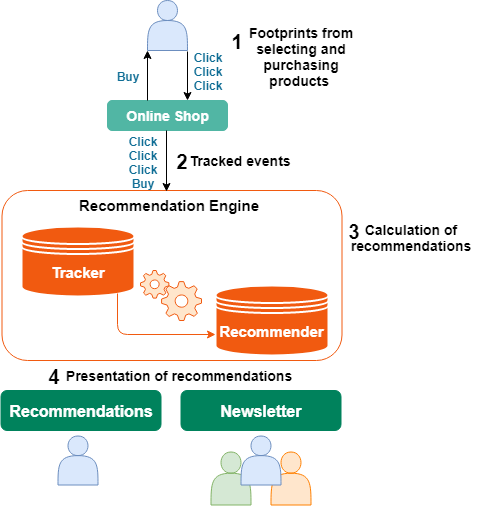
Before: docs/personalization/img/recommendation_overview.png, a diagram exported from draw.io (ezsystems/ezpersonalization-documentation). Source tidied: cells renumbered, new cells last; positions are measured from the earlier drawing's top-left corner, leaving out a move shared by most shapes.
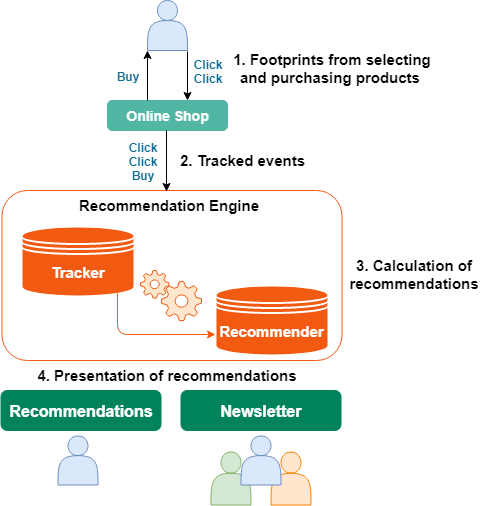
The same diagram one commit later.

Commit message:
corrections after review

The edit, as a diff of the source:
```diff
@@ -20,8 +20,8 @@
     <mxCell id="7" style="endArrow=classic;html=1;fontColor=#000000;entryX=0.667;entryY=0;entryDx=0;entryDy=0;entryPerimeter=0;exitX=0.002;exitY=0.014;exitDx=0;exitDy=0;exitPerimeter=0;" parent="1" edge="1" source="22" target="5">
       <mxGeometry relative="1" as="geometry" />
     </mxCell>
-    <mxCell id="8" value="&lt;span&gt;&lt;b&gt;&lt;font style=&quot;font-size: 14px&quot;&gt;Footprints from selecting and purchasing products&amp;nbsp;&lt;/font&gt;&lt;/b&gt;&lt;/span&gt;" style="text;html=1;strokeColor=none;fillColor=none;align=center;verticalAlign=middle;whiteSpace=wrap;rounded=0;fontColor=#000000;" parent="1" vertex="1">
-      <mxGeometry x="242" y="15" width="116" height="85" as="geometry" />
+    <mxCell id="8" value="&lt;span style=&quot;font-size: 15px;&quot;&gt;&lt;b style=&quot;font-size: 15px;&quot;&gt;&lt;font style=&quot;font-size: 15px;&quot;&gt;1. Footprints from selecting and purchasing products&amp;nbsp;&lt;/font&gt;&lt;/b&gt;&lt;/span&gt;" style="text;html=1;strokeColor=none;fillColor=none;align=center;verticalAlign=middle;whiteSpace=wrap;rounded=0;fontColor=#000000;fontSize=15;" parent="1" vertex="1">
+      <mxGeometry x="226" y="40" width="210" height="55" as="geometry" />
     </mxCell>
     <mxCell id="9" value="&lt;span&gt;&lt;b&gt;&lt;font style=&quot;font-size: 15px&quot;&gt;Recommendation Engine&amp;nbsp;&lt;/font&gt;&lt;/b&gt;&lt;/span&gt;" style="text;html=1;strokeColor=none;fillColor=none;align=center;verticalAlign=middle;whiteSpace=wrap;rounded=0;fontColor=#000000;rotation=0;" parent="1" vertex="1">
       <mxGeometry x="68.5" y="190" width="202" height="30" as="geometry" />
@@ -41,21 +41,9 @@
     <mxCell id="14" style="shape=actor;whiteSpace=wrap;html=1;fillColor=#dae8fc;strokeColor=#6c8ebf;" parent="1" vertex="1">
       <mxGeometry x="56.5" y="435.5" width="40" height="49" as="geometry" />
     </mxCell>
-    <mxCell id="15" value="1" style="text;html=1;strokeColor=none;fillColor=none;align=center;verticalAlign=middle;whiteSpace=wrap;rounded=0;fontSize=20;fontColor=#000000;fontStyle=1;" parent="1" vertex="1">
-      <mxGeometry x="226" y="30" width="18" height="20" as="geometry" />
-    </mxCell>
-    <mxCell id="16" value="3" style="text;html=1;strokeColor=none;fillColor=none;align=center;verticalAlign=middle;whiteSpace=wrap;rounded=0;fontSize=20;fontColor=#000000;fontStyle=1;" parent="1" vertex="1">
-      <mxGeometry x="342.5" y="217.5" width="20" height="25" as="geometry" />
-    </mxCell>
-    <mxCell id="17" value="4" style="text;html=1;strokeColor=none;fillColor=none;align=center;verticalAlign=middle;whiteSpace=wrap;rounded=0;fontSize=20;fontColor=#000000;fontStyle=1;" parent="1" vertex="1">
-      <mxGeometry x="40" y="360" width="25" height="30" as="geometry" />
-    </mxCell>
     <mxCell id="18" value="&lt;font color=&quot;#ffffff&quot; size=&quot;1&quot;&gt;&lt;b style=&quot;font-size: 15px&quot;&gt;Recommender&lt;/b&gt;&lt;/font&gt;" style="shape=datastore;whiteSpace=wrap;html=1;fillColor=#f15a10;strokeColor=#FFFFFF;strokeWidth=2;" parent="1" vertex="1">
       <mxGeometry x="214" y="285" width="113" height="70" as="geometry" />
     </mxCell>
-    <mxCell id="19" value="2" style="text;html=1;strokeColor=none;fillColor=none;align=center;verticalAlign=middle;whiteSpace=wrap;rounded=0;fontSize=20;fontColor=#000000;fontStyle=1;" parent="1" vertex="1">
-      <mxGeometry x="170.5" y="150" width="20" height="20" as="geometry" />
-    </mxCell>
     <mxCell id="20" style="endArrow=classic;html=1;fontSize=15;fontColor=#000000;entryX=0.985;entryY=1.009;entryDx=0;entryDy=0;entryPerimeter=0;" parent="1" edge="1" target="23">
       <mxGeometry relative="1" as="geometry">
         <mxPoint x="165" y="130" as="sourcePoint" />
@@ -64,23 +52,23 @@
     <mxCell id="21" value="&lt;b style=&quot;font-size: 12px;&quot;&gt;Buy&lt;/b&gt;" style="text;html=1;strokeColor=none;fillColor=none;align=center;verticalAlign=middle;whiteSpace=wrap;rounded=0;fontSize=12;fontColor=#0F6D95;" parent="1" vertex="1">
       <mxGeometry x="106" y="60" width="40" height="30" as="geometry" />
     </mxCell>
-    <mxCell id="22" value="Click&lt;br style=&quot;font-size: 12px;&quot;&gt;Click&lt;br style=&quot;font-size: 12px;&quot;&gt;Click&lt;br style=&quot;font-size: 12px;&quot;&gt;" style="text;html=1;strokeColor=none;fillColor=none;align=center;verticalAlign=middle;whiteSpace=wrap;rounded=0;fontSize=12;fontColor=#0F6D95;fontStyle=1;" parent="1" vertex="1">
+    <mxCell id="22" value="Click&lt;br style=&quot;font-size: 12px&quot;&gt;Click&lt;br style=&quot;font-size: 12px&quot;&gt;" style="text;html=1;strokeColor=none;fillColor=none;align=center;verticalAlign=middle;whiteSpace=wrap;rounded=0;fontSize=12;fontColor=#0F6D95;fontStyle=1;" parent="1" vertex="1">
       <mxGeometry x="186" y="50" width="40" height="40" as="geometry" />
     </mxCell>
-    <mxCell id="23" value="&lt;b style=&quot;font-size: 12px;&quot;&gt;Click&lt;br style=&quot;font-size: 12px;&quot;&gt;Click&lt;br style=&quot;font-size: 12px;&quot;&gt;Click&lt;br style=&quot;font-size: 12px;&quot;&gt;Buy&lt;/b&gt;&lt;br style=&quot;font-size: 12px;&quot;&gt;" style="text;html=1;strokeColor=none;fillColor=none;align=center;verticalAlign=middle;whiteSpace=wrap;rounded=0;fontSize=12;fontColor=#0F6D95;" parent="1" vertex="1">
+    <mxCell id="23" value="&lt;b style=&quot;font-size: 12px&quot;&gt;Click&lt;br style=&quot;font-size: 12px&quot;&gt;Click&lt;br style=&quot;font-size: 12px&quot;&gt;Buy&lt;/b&gt;&lt;br style=&quot;font-size: 12px&quot;&gt;" style="text;html=1;strokeColor=none;fillColor=none;align=center;verticalAlign=middle;whiteSpace=wrap;rounded=0;fontSize=12;fontColor=#0F6D95;" parent="1" vertex="1">
       <mxGeometry x="116" y="130" width="50" height="60" as="geometry" />
     </mxCell>
-    <mxCell id="24" value="&lt;span&gt;Tracked events&lt;/span&gt;" style="text;html=1;strokeColor=none;fillColor=none;align=center;verticalAlign=middle;whiteSpace=wrap;rounded=0;fontSize=14;fontColor=#000000;fontStyle=1;" parent="1" vertex="1">
-      <mxGeometry x="180.5" y="150" width="115" height="20" as="geometry" />
+    <mxCell id="24" value="&lt;span style=&quot;font-size: 15px;&quot;&gt;2. Tracked events&lt;/span&gt;" style="text;html=1;strokeColor=none;fillColor=none;align=center;verticalAlign=middle;whiteSpace=wrap;rounded=0;fontSize=15;fontColor=#000000;fontStyle=1;" parent="1" vertex="1">
+      <mxGeometry x="163" y="150" width="153" height="20" as="geometry" />
     </mxCell>
     <mxCell id="25" style="shadow=0;dashed=0;html=1;strokeColor=#F15A10;labelPosition=center;verticalLabelPosition=bottom;verticalAlign=top;align=center;shape=mxgraph.mscae.general.gears;fillColor=#ffe6cc;fontSize=14;" parent="1" vertex="1">
       <mxGeometry x="139" y="270" width="61" height="50" as="geometry" />
     </mxCell>
-    <mxCell id="26" value="&lt;span&gt;Calculation of&lt;br&gt;recommendations&lt;br&gt;&lt;/span&gt;" style="text;html=1;strokeColor=none;fillColor=none;align=center;verticalAlign=middle;whiteSpace=wrap;rounded=0;fontSize=14;fontColor=#000000;fontStyle=1;" parent="1" vertex="1">
-      <mxGeometry x="341" y="215" width="135" height="45" as="geometry" />
+    <mxCell id="26" value="&lt;span style=&quot;font-size: 15px;&quot;&gt;3. Calculation of&lt;br style=&quot;font-size: 15px;&quot;&gt;recommendations&lt;br style=&quot;font-size: 15px;&quot;&gt;&lt;/span&gt;" style="text;html=1;strokeColor=none;fillColor=none;align=center;verticalAlign=middle;whiteSpace=wrap;rounded=0;fontSize=15;fontColor=#000000;fontStyle=1;" parent="1" vertex="1">
+      <mxGeometry x="340" y="250" width="145" height="48" as="geometry" />
     </mxCell>
-    <mxCell id="27" value="Presentation of recommendations" style="text;html=1;strokeColor=none;fillColor=none;align=center;verticalAlign=middle;whiteSpace=wrap;rounded=0;fontSize=14;fontColor=#000000;fontStyle=1;" parent="1" vertex="1">
-      <mxGeometry x="60" y="360" width="234" height="30" as="geometry" />
+    <mxCell id="27" value="4. Presentation of recommendations" style="text;html=1;strokeColor=none;fillColor=none;align=center;verticalAlign=middle;whiteSpace=wrap;rounded=0;fontSize=15;fontColor=#000000;fontStyle=1;" parent="1" vertex="1">
+      <mxGeometry x="16" y="360" width="300" height="30" as="geometry" />
     </mxCell>
     <mxCell id="28" style="endArrow=classic;html=1;fontSize=12;fontColor=#0F6D95;entryX=0;entryY=1;entryDx=0;entryDy=0;entryPerimeter=0;" parent="1" edge="1" target="3">
       <mxGeometry relative="1" as="geometry">
```
